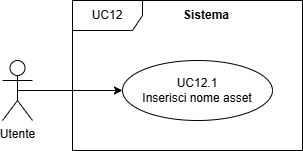
Before: src/images/diagrammiUML/UC-12.1.png, a diagram exported from draw.io (CoderiusGroup/Documentazione). Source tidied: cells renumbered, new cells last; positions are measured from the earlier drawing's top-left corner, leaving out a move shared by most shapes.
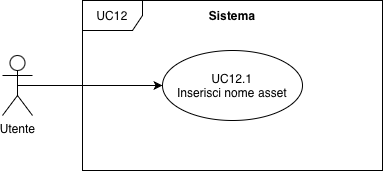
Later version of the same file.

Diff of the diagram source:
```diff
@@ -1,21 +1,21 @@
 <mxGraphModel>
   <root>
-    <mxCell id="0" />
+    <mxCell id="0" style="html=1;" />
-    <mxCell id="1" parent="0" />
+    <mxCell id="1" style="html=1;" parent="0" />
-    <mxCell id="2" style="edgeStyle=orthogonalEdgeStyle;rounded=0;jettySize=auto;html=1;exitX=0.5;exitY=0.5;exitDx=0;exitDy=0;exitPerimeter=0;entryX=0;entryY=0.5;entryDx=0;entryDy=0;" parent="1" edge="1" source="3" target="4">
-      <mxGeometry relative="1" as="geometry" />
-    </mxCell>
-    <mxCell id="3" value="Utente" style="shape=umlActor;verticalLabelPosition=bottom;verticalAlign=top;html=1;outlineConnect=0;" parent="1" vertex="1">
-      <mxGeometry y="60" width="30" height="60" as="geometry" />
+    <mxCell id="3" value="Utente" style="shape=umlActor;verticalLabelPosition=bottom;verticalAlign=top;html=1;" parent="1" vertex="1">
+      <mxGeometry x="380" y="285" width="30" height="60" as="geometry" />
     </mxCell>
-    <mxCell id="4" value="UC12.1&lt;div&gt;Inserisci nome asset&lt;/div&gt;" style="ellipse;html=1;whiteSpace=wrap;" parent="1" vertex="1">
-      <mxGeometry x="120" y="60" width="150" height="60" as="geometry" />
+    <mxCell id="4" value="UC12.1&lt;div&gt;Inserisci nome asset&lt;/div&gt;" style="ellipse;whiteSpace=wrap;html=1;" parent="1" vertex="1">
+      <mxGeometry x="540" y="280" width="140" height="70" as="geometry" />
     </mxCell>
+    <mxCell id="2" style="endArrow=classic;html=1;rounded=0;exitX=0.5;exitY=0.5;exitDx=0;exitDy=0;exitPerimeter=0;entryX=0;entryY=0.5;entryDx=0;entryDy=0;endFill=1;" parent="1" edge="1" source="3" target="4">
+      <mxGeometry relative="1" as="geometry" />
+    </mxCell>
+    <mxCell id="6" value="Sistema" style="text;html=1;whiteSpace=wrap;strokeColor=none;fillColor=none;align=center;verticalAlign=middle;rounded=0;fontStyle=1;" parent="1" vertex="1">
+      <mxGeometry x="580" y="230" width="60" height="30" as="geometry" />
+    </mxCell>
-    <mxCell id="5" value="UC12" style="shape=umlFrame;whiteSpace=wrap;html=1;width=70;height=30;" parent="1" vertex="1">
-      <mxGeometry x="70" width="230" height="150" as="geometry" />
+    <mxCell id="5" value="UC12" style="shape=umlFrame;whiteSpace=wrap;html=1;" parent="1" vertex="1">
+      <mxGeometry x="460" y="230" width="300" height="170" as="geometry" />
     </mxCell>
-    <mxCell id="6" value="&lt;b&gt;Sistema&lt;/b&gt;" style="text;html=1;whiteSpace=wrap;strokeColor=none;fillColor=none;align=center;verticalAlign=middle;rounded=0;" parent="5" vertex="1">
-      <mxGeometry x="104" width="60" height="30" as="geometry" />
-    </mxCell>
   </root>
 </mxGraphModel>
```
